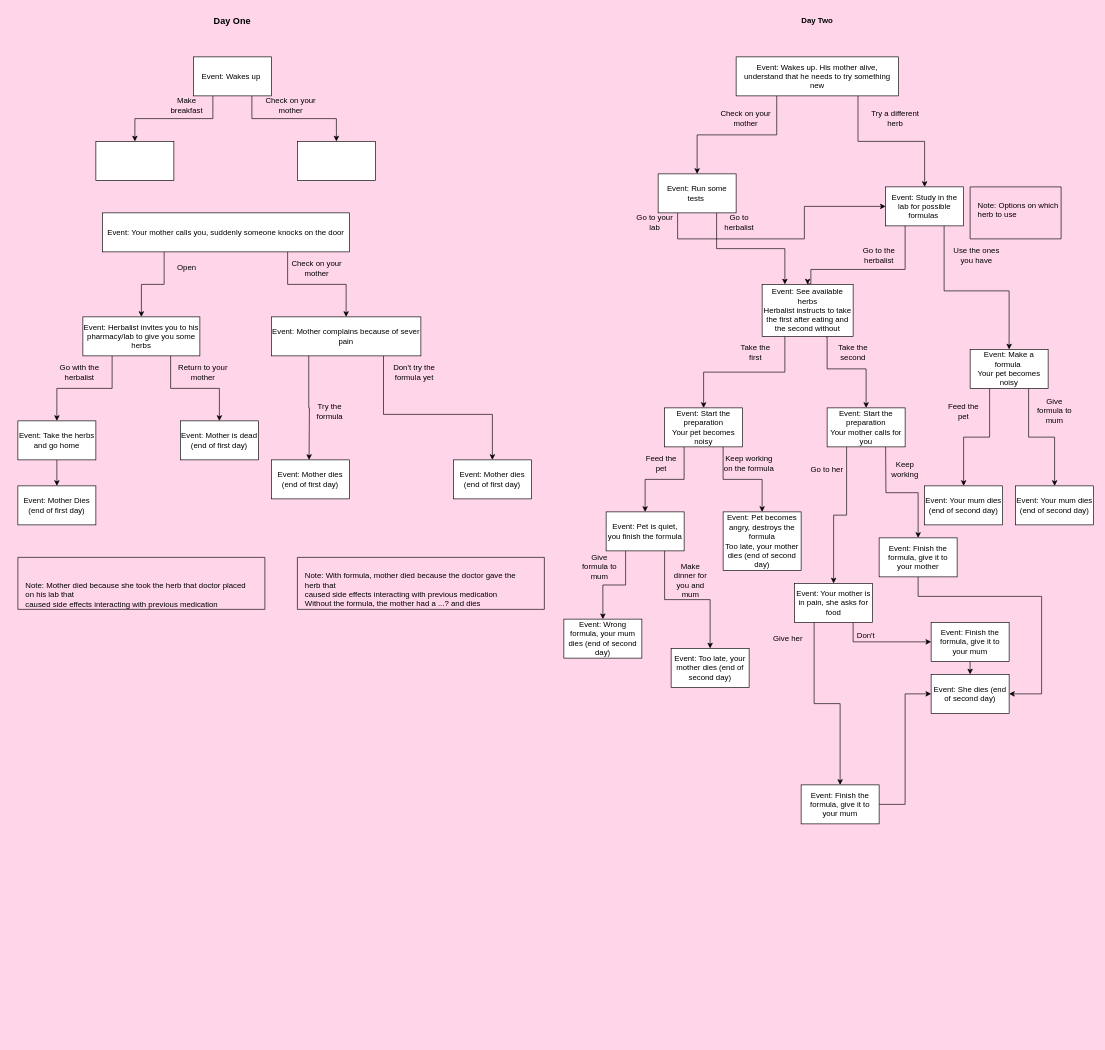
Earlier version of the draw.io diagram definitionofinsanity.drawio (danae-pan/DefinitionOfInsanity). Source tidied: cells renumbered, new cells numbered last; positions are measured from the earlier drawing's top-left corner, leaving out a move shared by most shapes. Both pictures are drawn from the tidied source at 65%, with x=0, y=0 at pixel (18, 11).
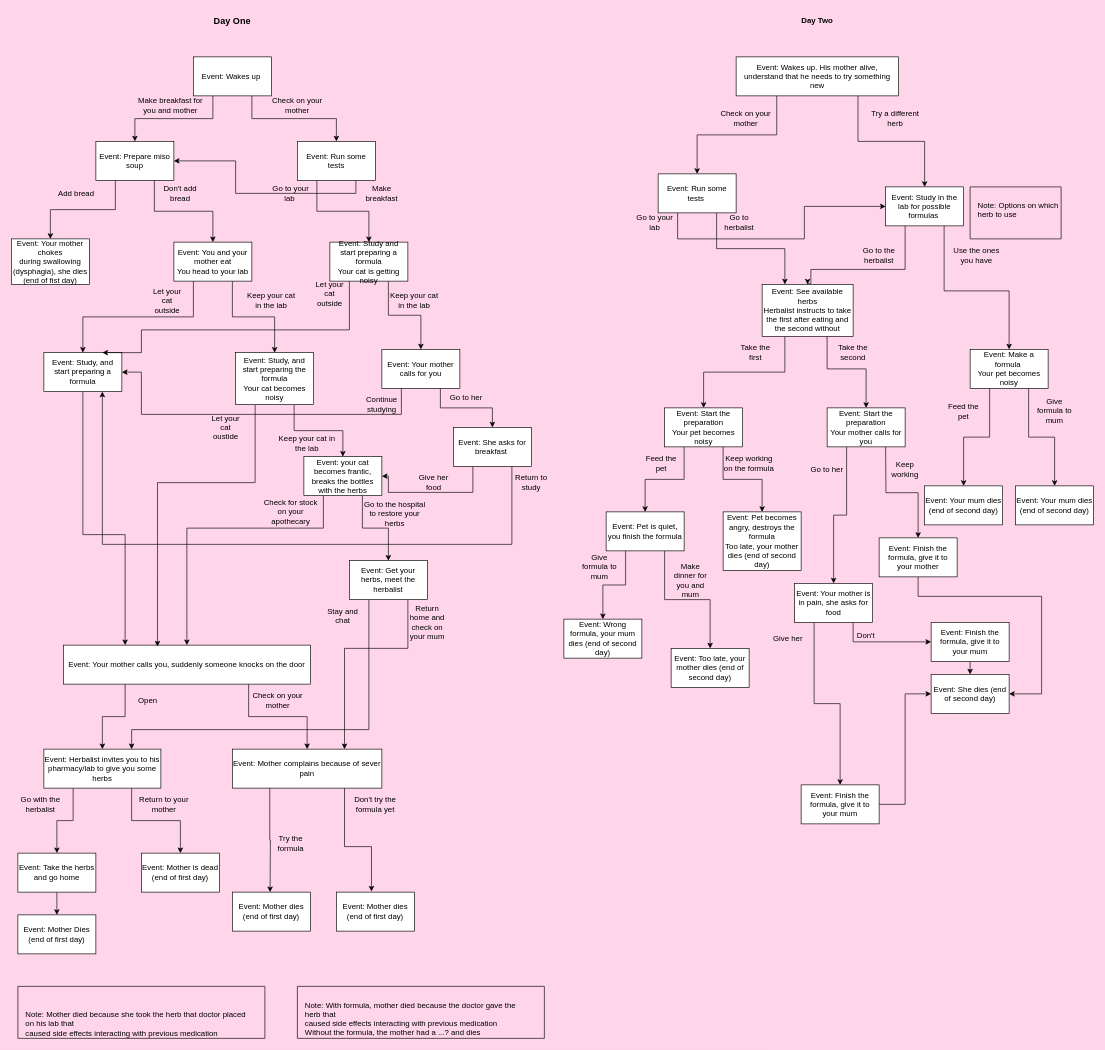
The same diagram, later.

Diff of the diagram source:
```diff
@@
     <mxCell id="4" value="Event: Your mother calls you, suddenly someone knocks on the door" style="rounded=0;whiteSpace=wrap;html=1;" parent="1" vertex="1">
-      <mxGeometry x="130" y="310" width="380" height="60" as="geometry" />
+      <mxGeometry x="70" y="975" width="380" height="60" as="geometry" />
     </mxCell>
-    <mxCell id="5" style="edgeStyle=orthogonalEdgeStyle;rounded=0;jettySize=auto;html=1;exitX=0.75;exitY=1;exitDx=0;exitDy=0;entryX=0.5;entryY=0;entryDx=0;entryDy=0;" parent="1" edge="1" source="6" target="24">
+    <mxCell id="5" style="edgeStyle=orthogonalEdgeStyle;rounded=0;jettySize=auto;html=1;exitX=0.75;exitY=1;exitDx=0;exitDy=0;" parent="1" edge="1" source="6">
       <mxGeometry relative="1" as="geometry">
+        <mxPoint x="544" y="1354" as="targetPoint" />
         <Array as="points">
-          <mxPoint x="563" y="620" />
-          <mxPoint x="730" y="620" />
+          <mxPoint x="502" y="1285" />
+          <mxPoint x="544" y="1285" />
         </Array>
       </mxGeometry>
     </mxCell>
     <mxCell id="6" value="Event: Mother complains because of sever pain" style="rounded=0;whiteSpace=wrap;html=1;" parent="1" vertex="1">
-      <mxGeometry x="390" y="470" width="230" height="60" as="geometry" />
+      <mxGeometry x="330" y="1135" width="230" height="60" as="geometry" />
     </mxCell>
     <mxCell id="7" style="edgeStyle=orthogonalEdgeStyle;rounded=0;jettySize=auto;html=1;exitX=0.25;exitY=1;exitDx=0;exitDy=0;entryX=0.5;entryY=0;entryDx=0;entryDy=0;" parent="1" edge="1" source="9" target="15">
-      <mxGeometry relative="1" as="geometry" />
+      <mxGeometry relative="1" as="geometry">
+        <Array as="points">
+          <mxPoint x="85" y="1245" />
+          <mxPoint x="60" y="1245" />
+        </Array>
+      </mxGeometry>
     </mxCell>
@@
     <mxCell id="9" value="Event: Herbalist invites you to his pharmacy/lab to give you some herbs" style="rounded=0;whiteSpace=wrap;html=1;" parent="1" vertex="1">
-      <mxGeometry x="100" y="470" width="180" height="60" as="geometry" />
+      <mxGeometry x="40" y="1135" width="180" height="60" as="geometry" />
     </mxCell>
     <mxCell id="10" value="Open" style="text;html=1;whiteSpace=wrap;strokeColor=none;fillColor=none;align=center;verticalAlign=middle;rounded=0;" parent="1" vertex="1">
-      <mxGeometry x="230" y="380" width="60" height="30" as="geometry" />
+      <mxGeometry x="170" y="1045" width="60" height="30" as="geometry" />
     </mxCell>
     <mxCell id="11" value="Check on your mother" style="text;html=1;whiteSpace=wrap;strokeColor=none;fillColor=none;align=center;verticalAlign=middle;rounded=0;" parent="1" vertex="1">
-      <mxGeometry x="420" y="380" width="80" height="30" as="geometry" />
+      <mxGeometry x="360" y="1045" width="80" height="30" as="geometry" />
     </mxCell>
     <mxCell id="12" value="Return to your mother" style="text;html=1;whiteSpace=wrap;strokeColor=none;fillColor=none;align=center;verticalAlign=middle;rounded=0;" parent="1" vertex="1">
-      <mxGeometry x="240" y="540" width="90" height="30" as="geometry" />
+      <mxGeometry x="180" y="1205" width="90" height="30" as="geometry" />
     </mxCell>
     <mxCell id="13" value="Go with the herbalist" style="text;html=1;whiteSpace=wrap;strokeColor=none;fillColor=none;align=center;verticalAlign=middle;rounded=0;" parent="1" vertex="1">
-      <mxGeometry x="50" y="540" width="90" height="30" as="geometry" />
+      <mxGeometry x="-10" y="1205" width="90" height="30" as="geometry" />
     </mxCell>
-    <mxCell id="14" style="edgeStyle=orthogonalEdgeStyle;rounded=0;jettySize=auto;html=1;exitX=0.5;exitY=1;exitDx=0;exitDy=0;" parent="1" edge="1" source="15" target="16">
+    <mxCell id="14" style="edgeStyle=orthogonalEdgeStyle;rounded=0;jettySize=auto;html=1;exitX=0.5;exitY=1;exitDx=0;exitDy=0;entryX=0.5;entryY=0;entryDx=0;entryDy=0;" parent="1" edge="1" source="15" target="16">
       <mxGeometry relative="1" as="geometry" />
     </mxCell>
     <mxCell id="15" value="Event: Take the herbs and go home" style="rounded=0;whiteSpace=wrap;html=1;" parent="1" vertex="1">
-      <mxGeometry y="630" width="120" height="60" as="geometry" />
+      <mxGeometry y="1295" width="120" height="60" as="geometry" />
     </mxCell>
     <mxCell id="16" value="Event: Mother Dies (end of first day)" style="rounded=0;whiteSpace=wrap;html=1;" parent="1" vertex="1">
-      <mxGeometry y="730" width="120" height="60" as="geometry" />
+      <mxGeometry y="1390" width="120" height="60" as="geometry" />
     </mxCell>
     <mxCell id="17" value="Event: Mother is dead (end of first day)" style="rounded=0;whiteSpace=wrap;html=1;" parent="1" vertex="1">
-      <mxGeometry x="250" y="630" width="120" height="60" as="geometry" />
+      <mxGeometry x="190" y="1295" width="120" height="60" as="geometry" />
     </mxCell>
     <mxCell id="18" style="swimlane;startSize=0;" parent="1" vertex="1">
-      <mxGeometry y="840" width="380" height="80" as="geometry" />
+      <mxGeometry y="1500" width="380" height="80" as="geometry" />
     </mxCell>
@@
     <mxCell id="20" value="Event: Mother dies (end of first day)" style="rounded=0;whiteSpace=wrap;html=1;" parent="1" vertex="1">
-      <mxGeometry x="390" y="690" width="120" height="60" as="geometry" />
+      <mxGeometry x="330" y="1355" width="120" height="60" as="geometry" />
     </mxCell>
     <mxCell id="21" style="edgeStyle=orthogonalEdgeStyle;rounded=0;jettySize=auto;html=1;exitX=0.25;exitY=1;exitDx=0;exitDy=0;" parent="1" edge="1" source="6">
       <mxGeometry relative="1" as="geometry">
-        <mxPoint x="448" y="690" as="targetPoint" />
+        <mxPoint x="388" y="1355" as="targetPoint" />
       </mxGeometry>
     </mxCell>
     <mxCell id="22" value="Try the formula" style="text;html=1;whiteSpace=wrap;strokeColor=none;fillColor=none;align=center;verticalAlign=middle;rounded=0;" parent="1" vertex="1">
-      <mxGeometry x="450" y="600" width="60" height="30" as="geometry" />
+      <mxGeometry x="390" y="1265" width="60" height="30" as="geometry" />
     </mxCell>
     <mxCell id="23" value="Don't try the formula yet" style="text;html=1;whiteSpace=wrap;strokeColor=none;fillColor=none;align=center;verticalAlign=middle;rounded=0;" parent="1" vertex="1">
-      <mxGeometry x="570" y="540" width="80" height="30" as="geometry" />
+      <mxGeometry x="510" y="1205" width="80" height="30" as="geometry" />
     </mxCell>
     <mxCell id="24" value="Event: Mother dies (end of first day)" style="rounded=0;whiteSpace=wrap;html=1;" parent="1" vertex="1">
-      <mxGeometry x="670" y="690" width="120" height="60" as="geometry" />
+      <mxGeometry x="490" y="1355" width="120" height="60" as="geometry" />
     </mxCell>
     <mxCell id="25" style="swimlane;startSize=0;" parent="1" vertex="1">
-      <mxGeometry x="430" y="840" width="380" height="80" as="geometry" />
+      <mxGeometry x="430" y="1500" width="380" height="80" as="geometry" />
     </mxCell>
@@
-    <mxCell id="91" value="Make breakfast" style="text;html=1;whiteSpace=wrap;strokeColor=none;fillColor=none;align=center;verticalAlign=middle;rounded=0;" parent="1" vertex="1">
-      <mxGeometry x="230" y="130" width="60" height="30" as="geometry" />
+    <mxCell id="91" value="Make breakfast for you and mother" style="text;html=1;whiteSpace=wrap;strokeColor=none;fillColor=none;align=center;verticalAlign=middle;rounded=0;" parent="1" vertex="1">
+      <mxGeometry x="180" y="130" width="110" height="30" as="geometry" />
     </mxCell>
     <mxCell id="92" value="Check on your mother" style="text;html=1;whiteSpace=wrap;strokeColor=none;fillColor=none;align=center;verticalAlign=middle;rounded=0;" parent="1" vertex="1">
-      <mxGeometry x="370" y="130" width="100" height="30" as="geometry" />
+      <mxGeometry x="380" y="130" width="100" height="30" as="geometry" />
     </mxCell>
+    <mxCell id="95" style="edgeStyle=orthogonalEdgeStyle;rounded=0;jettySize=auto;html=1;exitX=0.25;exitY=1;exitDx=0;exitDy=0;entryX=0.5;entryY=0;entryDx=0;entryDy=0;" parent="1" edge="1" source="93" target="101">
+      <mxGeometry relative="1" as="geometry" />
+    </mxCell>
+    <mxCell id="96" style="edgeStyle=orthogonalEdgeStyle;rounded=0;jettySize=auto;html=1;exitX=0.75;exitY=1;exitDx=0;exitDy=0;entryX=0.5;entryY=0;entryDx=0;entryDy=0;" parent="1" edge="1" source="93" target="104">
+      <mxGeometry relative="1" as="geometry" />
+    </mxCell>
-    <mxCell id="93" style="rounded=0;whiteSpace=wrap;html=1;" parent="1" vertex="1">
+    <mxCell id="93" value="Event: Prepare miso soup" style="rounded=0;whiteSpace=wrap;html=1;" parent="1" vertex="1">
       <mxGeometry x="120" y="200" width="120" height="60" as="geometry" />
     </mxCell>
+    <mxCell id="97" style="edgeStyle=orthogonalEdgeStyle;rounded=0;jettySize=auto;html=1;exitX=0.25;exitY=1;exitDx=0;exitDy=0;" parent="1" edge="1" source="94" target="128">
+      <mxGeometry relative="1" as="geometry" />
+    </mxCell>
+    <mxCell id="98" style="edgeStyle=orthogonalEdgeStyle;rounded=0;jettySize=auto;html=1;exitX=0.75;exitY=1;exitDx=0;exitDy=0;entryX=1;entryY=0.5;entryDx=0;entryDy=0;" parent="1" edge="1" source="94" target="93">
+      <mxGeometry relative="1" as="geometry" />
+    </mxCell>
-    <mxCell id="94" style="rounded=0;whiteSpace=wrap;html=1;" parent="1" vertex="1">
+    <mxCell id="94" value="Event: Run some tests" style="rounded=0;whiteSpace=wrap;html=1;" parent="1" vertex="1">
       <mxGeometry x="430" y="200" width="120" height="60" as="geometry" />
     </mxCell>
+    <mxCell id="99" value="Add bread" style="text;html=1;whiteSpace=wrap;strokeColor=none;fillColor=none;align=center;verticalAlign=middle;rounded=0;" parent="1" vertex="1">
+      <mxGeometry x="60" y="265" width="60" height="30" as="geometry" />
+    </mxCell>
+    <mxCell id="100" value="Don't add bread" style="text;html=1;whiteSpace=wrap;strokeColor=none;fillColor=none;align=center;verticalAlign=middle;rounded=0;" parent="1" vertex="1">
+      <mxGeometry x="220" y="265" width="60" height="30" as="geometry" />
+    </mxCell>
+    <mxCell id="101" value="Event: Your mother chokes during&amp;nbsp;swallowing (dysphagia), she dies (end of fist day)" style="rounded=0;whiteSpace=wrap;html=1;" parent="1" vertex="1">
+      <mxGeometry x="-10" y="350" width="120" height="70" as="geometry" />
+    </mxCell>
+    <mxCell id="102" style="edgeStyle=orthogonalEdgeStyle;rounded=0;jettySize=auto;html=1;exitX=0.25;exitY=1;exitDx=0;exitDy=0;entryX=0.5;entryY=0;entryDx=0;entryDy=0;" parent="1" edge="1" source="104" target="107">
+      <mxGeometry relative="1" as="geometry" />
+    </mxCell>
+    <mxCell id="103" style="edgeStyle=orthogonalEdgeStyle;rounded=0;jettySize=auto;html=1;exitX=0.75;exitY=1;exitDx=0;exitDy=0;entryX=0.5;entryY=0;entryDx=0;entryDy=0;" parent="1" edge="1" source="104" target="111">
+      <mxGeometry relative="1" as="geometry" />
+    </mxCell>
+    <mxCell id="104" value="Event: You and your mother eat&lt;br&gt;You head to your lab" style="rounded=0;whiteSpace=wrap;html=1;" parent="1" vertex="1">
+      <mxGeometry x="240" y="355" width="120" height="60" as="geometry" />
+    </mxCell>
+    <mxCell id="105" value="Let your cat outside" style="text;html=1;whiteSpace=wrap;strokeColor=none;fillColor=none;align=center;verticalAlign=middle;rounded=0;" parent="1" vertex="1">
+      <mxGeometry x="200" y="430" width="60" height="30" as="geometry" />
+    </mxCell>
+    <mxCell id="106" style="edgeStyle=orthogonalEdgeStyle;rounded=0;jettySize=auto;html=1;exitX=0.5;exitY=1;exitDx=0;exitDy=0;entryX=0.25;entryY=0;entryDx=0;entryDy=0;" parent="1" edge="1" source="107" target="4">
+      <mxGeometry relative="1" as="geometry">
+        <Array as="points">
+          <mxPoint x="100" y="805" />
+          <mxPoint x="165" y="805" />
+        </Array>
+      </mxGeometry>
+    </mxCell>
+    <mxCell id="107" value="Event: Study, and start preparing a formula" style="rounded=0;whiteSpace=wrap;html=1;" parent="1" vertex="1">
+      <mxGeometry x="40" y="525" width="120" height="60" as="geometry" />
+    </mxCell>
+    <mxCell id="108" value="Keep your cat in the lab" style="text;html=1;whiteSpace=wrap;strokeColor=none;fillColor=none;align=center;verticalAlign=middle;rounded=0;" parent="1" vertex="1">
+      <mxGeometry x="350" y="430" width="80" height="30" as="geometry" />
+    </mxCell>
+    <mxCell id="109" style="edgeStyle=orthogonalEdgeStyle;rounded=0;jettySize=auto;html=1;exitX=0.25;exitY=1;exitDx=0;exitDy=0;entryX=0.381;entryY=0.034;entryDx=0;entryDy=0;entryPerimeter=0;" parent="1" edge="1" source="111" target="4">
+      <mxGeometry relative="1" as="geometry">
+        <Array as="points">
+          <mxPoint x="365" y="725" />
+          <mxPoint x="215" y="725" />
+        </Array>
+      </mxGeometry>
+    </mxCell>
+    <mxCell id="110" style="edgeStyle=orthogonalEdgeStyle;rounded=0;jettySize=auto;html=1;exitX=0.75;exitY=1;exitDx=0;exitDy=0;entryX=0.5;entryY=0;entryDx=0;entryDy=0;" parent="1" edge="1" source="111" target="116">
+      <mxGeometry relative="1" as="geometry" />
+    </mxCell>
+    <mxCell id="111" value="Event: Study, and start preparing the formula&lt;br&gt;Your cat becomes noisy" style="rounded=0;whiteSpace=wrap;html=1;" parent="1" vertex="1">
+      <mxGeometry x="335" y="525" width="120" height="80" as="geometry" />
+    </mxCell>
+    <mxCell id="112" value="Let your cat oustide" style="text;html=1;whiteSpace=wrap;strokeColor=none;fillColor=none;align=center;verticalAlign=middle;rounded=0;" parent="1" vertex="1">
+      <mxGeometry x="290" y="625" width="60" height="30" as="geometry" />
+    </mxCell>
+    <mxCell id="113" value="Keep your cat in the lab" style="text;html=1;whiteSpace=wrap;strokeColor=none;fillColor=none;align=center;verticalAlign=middle;rounded=0;" parent="1" vertex="1">
+      <mxGeometry x="400" y="650" width="90" height="30" as="geometry" />
+    </mxCell>
+    <mxCell id="114" style="edgeStyle=orthogonalEdgeStyle;rounded=0;jettySize=auto;html=1;exitX=0.25;exitY=1;exitDx=0;exitDy=0;entryX=0.5;entryY=0;entryDx=0;entryDy=0;" parent="1" edge="1" source="116" target="4">
+      <mxGeometry relative="1" as="geometry">
+        <Array as="points">
+          <mxPoint x="470" y="795" />
+          <mxPoint x="260" y="795" />
+        </Array>
+      </mxGeometry>
+    </mxCell>
+    <mxCell id="115" style="edgeStyle=orthogonalEdgeStyle;rounded=0;jettySize=auto;html=1;exitX=0.75;exitY=1;exitDx=0;exitDy=0;entryX=0.5;entryY=0;entryDx=0;entryDy=0;" parent="1" edge="1" source="116" target="121">
+      <mxGeometry relative="1" as="geometry" />
+    </mxCell>
+    <mxCell id="116" value="Event: your cat becomes frantic, breaks the bottles with the herbs" style="rounded=0;whiteSpace=wrap;html=1;" parent="1" vertex="1">
+      <mxGeometry x="440" y="685" width="120" height="60" as="geometry" />
+    </mxCell>
+    <mxCell id="117" value="Check for stock on your apothecary" style="text;html=1;whiteSpace=wrap;strokeColor=none;fillColor=none;align=center;verticalAlign=middle;rounded=0;" parent="1" vertex="1">
+      <mxGeometry x="370" y="752.5" width="100" height="35" as="geometry" />
+    </mxCell>
+    <mxCell id="118" value="Go to the hospital to restore your herbs" style="text;html=1;whiteSpace=wrap;strokeColor=none;fillColor=none;align=center;verticalAlign=middle;rounded=0;" parent="1" vertex="1">
+      <mxGeometry x="530" y="757.5" width="100" height="30" as="geometry" />
+    </mxCell>
+    <mxCell id="119" style="edgeStyle=orthogonalEdgeStyle;rounded=0;jettySize=auto;html=1;exitX=0.25;exitY=1;exitDx=0;exitDy=0;entryX=0.75;entryY=0;entryDx=0;entryDy=0;" parent="1" edge="1" source="121" target="9">
+      <mxGeometry relative="1" as="geometry">
+        <Array as="points">
+          <mxPoint x="540" y="1105" />
+          <mxPoint x="175" y="1105" />
+        </Array>
+      </mxGeometry>
+    </mxCell>
+    <mxCell id="120" style="edgeStyle=orthogonalEdgeStyle;rounded=0;jettySize=auto;html=1;exitX=0.75;exitY=1;exitDx=0;exitDy=0;entryX=0.75;entryY=0;entryDx=0;entryDy=0;" parent="1" edge="1" source="121" target="6">
+      <mxGeometry relative="1" as="geometry">
+        <Array as="points">
+          <mxPoint x="600" y="980" />
+          <mxPoint x="503" y="980" />
+        </Array>
+      </mxGeometry>
+    </mxCell>
+    <mxCell id="121" value="Event: Get your herbs, meet the herbalist" style="rounded=0;whiteSpace=wrap;html=1;" parent="1" vertex="1">
+      <mxGeometry x="510" y="845" width="120" height="60" as="geometry" />
+    </mxCell>
+    <mxCell id="122" value="Stay and chat" style="text;html=1;whiteSpace=wrap;strokeColor=none;fillColor=none;align=center;verticalAlign=middle;rounded=0;" parent="1" vertex="1">
+      <mxGeometry x="470" y="915" width="60" height="30" as="geometry" />
+    </mxCell>
+    <mxCell id="123" value="Return home and check on your mum" style="text;html=1;whiteSpace=wrap;strokeColor=none;fillColor=none;align=center;verticalAlign=middle;rounded=0;" parent="1" vertex="1">
+      <mxGeometry x="600" y="925" width="60" height="30" as="geometry" />
+    </mxCell>
+    <mxCell id="124" value="Make breakfast" style="text;html=1;whiteSpace=wrap;strokeColor=none;fillColor=none;align=center;verticalAlign=middle;rounded=0;" parent="1" vertex="1">
+      <mxGeometry x="530" y="265" width="60" height="30" as="geometry" />
+    </mxCell>
+    <mxCell id="125" value="Go to your lab&amp;nbsp;" style="text;html=1;whiteSpace=wrap;strokeColor=none;fillColor=none;align=center;verticalAlign=middle;rounded=0;" parent="1" vertex="1">
+      <mxGeometry x="390" y="265" width="60" height="30" as="geometry" />
+    </mxCell>
+    <mxCell id="126" style="edgeStyle=orthogonalEdgeStyle;rounded=0;jettySize=auto;html=1;exitX=0.75;exitY=1;exitDx=0;exitDy=0;" parent="1" edge="1" source="128" target="133">
+      <mxGeometry relative="1" as="geometry" />
+    </mxCell>
+    <mxCell id="127" style="edgeStyle=orthogonalEdgeStyle;rounded=0;jettySize=auto;html=1;exitX=0.25;exitY=1;exitDx=0;exitDy=0;entryX=0.75;entryY=0;entryDx=0;entryDy=0;" parent="1" edge="1" source="128" target="107">
+      <mxGeometry relative="1" as="geometry">
+        <Array as="points">
+          <mxPoint x="510" y="490" />
+          <mxPoint x="190" y="490" />
+        </Array>
+      </mxGeometry>
+    </mxCell>
+    <mxCell id="128" value="&lt;div&gt;Event: Study and start preparing a formula&lt;/div&gt;&lt;div&gt;Your cat is getting noisy&lt;/div&gt;" style="whiteSpace=wrap;html=1;" parent="1" vertex="1">
+      <mxGeometry x="480" y="355" width="120" height="60" as="geometry" />
+    </mxCell>
+    <mxCell id="129" value="Let your cat outside" style="text;html=1;whiteSpace=wrap;strokeColor=none;fillColor=none;align=center;verticalAlign=middle;rounded=0;" parent="1" vertex="1">
+      <mxGeometry x="450" y="420" width="60" height="30" as="geometry" />
+    </mxCell>
+    <mxCell id="130" value="Keep your cat in the lab" style="text;html=1;whiteSpace=wrap;strokeColor=none;fillColor=none;align=center;verticalAlign=middle;rounded=0;" parent="1" vertex="1">
+      <mxGeometry x="570" y="430" width="80" height="30" as="geometry" />
+    </mxCell>
+    <mxCell id="131" style="edgeStyle=orthogonalEdgeStyle;rounded=0;jettySize=auto;html=1;exitX=0.75;exitY=1;exitDx=0;exitDy=0;" parent="1" edge="1" source="133" target="138">
+      <mxGeometry relative="1" as="geometry">
+        <Array as="points">
+          <mxPoint x="650" y="610" />
+          <mxPoint x="730" y="610" />
+          <mxPoint x="730" y="640" />
+        </Array>
+      </mxGeometry>
+    </mxCell>
+    <mxCell id="132" style="edgeStyle=orthogonalEdgeStyle;rounded=0;jettySize=auto;html=1;exitX=0.25;exitY=1;exitDx=0;exitDy=0;entryX=1;entryY=0.5;entryDx=0;entryDy=0;" parent="1" edge="1" source="133" target="107">
+      <mxGeometry relative="1" as="geometry">
+        <Array as="points">
+          <mxPoint x="590" y="620" />
+          <mxPoint x="190" y="620" />
+          <mxPoint x="190" y="555" />
+        </Array>
+      </mxGeometry>
+    </mxCell>
+    <mxCell id="133" value="Event: Your mother calls for you" style="whiteSpace=wrap;html=1;" parent="1" vertex="1">
+      <mxGeometry x="560" y="520" width="120" height="60" as="geometry" />
+    </mxCell>
+    <mxCell id="134" value="Continue studying" style="text;html=1;whiteSpace=wrap;strokeColor=none;fillColor=none;align=center;verticalAlign=middle;rounded=0;" parent="1" vertex="1">
+      <mxGeometry x="530" y="590" width="60" height="30" as="geometry" />
+    </mxCell>
+    <mxCell id="135" value="Go to her" style="text;html=1;whiteSpace=wrap;strokeColor=none;fillColor=none;align=center;verticalAlign=middle;rounded=0;" parent="1" vertex="1">
+      <mxGeometry x="660" y="580" width="60" height="30" as="geometry" />
+    </mxCell>
+    <mxCell id="136" style="edgeStyle=orthogonalEdgeStyle;rounded=0;jettySize=auto;html=1;exitX=0.25;exitY=1;exitDx=0;exitDy=0;entryX=1;entryY=0.5;entryDx=0;entryDy=0;" parent="1" edge="1" source="138" target="116">
+      <mxGeometry relative="1" as="geometry">
+        <Array as="points">
+          <mxPoint x="700" y="740" />
+          <mxPoint x="570" y="740" />
+          <mxPoint x="570" y="715" />
+        </Array>
+      </mxGeometry>
+    </mxCell>
+    <mxCell id="137" style="edgeStyle=orthogonalEdgeStyle;rounded=0;jettySize=auto;html=1;exitX=0.75;exitY=1;exitDx=0;exitDy=0;entryX=0.75;entryY=1;entryDx=0;entryDy=0;" parent="1" edge="1" source="138" target="107">
+      <mxGeometry relative="1" as="geometry">
+        <Array as="points">
+          <mxPoint x="760" y="820" />
+          <mxPoint x="130" y="820" />
+        </Array>
+      </mxGeometry>
+    </mxCell>
+    <mxCell id="138" value="Event: She asks for breakfast&amp;nbsp;" style="whiteSpace=wrap;html=1;" parent="1" vertex="1">
+      <mxGeometry x="670" y="640" width="120" height="60" as="geometry" />
+    </mxCell>
+    <mxCell id="139" value="Give her food" style="text;html=1;whiteSpace=wrap;strokeColor=none;fillColor=none;align=center;verticalAlign=middle;rounded=0;" parent="1" vertex="1">
+      <mxGeometry x="610" y="710" width="60" height="30" as="geometry" />
+    </mxCell>
+    <mxCell id="140" value="Return to study" style="text;html=1;whiteSpace=wrap;strokeColor=none;fillColor=none;align=center;verticalAlign=middle;rounded=0;" parent="1" vertex="1">
+      <mxGeometry x="760" y="710" width="60" height="30" as="geometry" />
+    </mxCell>
```
